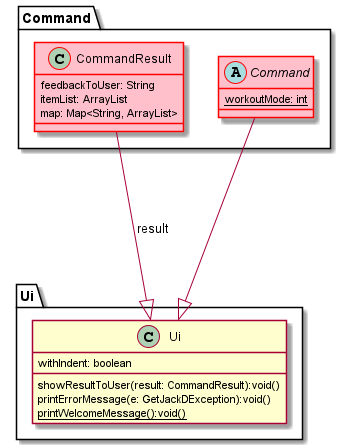
Before: docs/umldg/UI.png, a diagram exported from PlantUML (nus-cs2113-AY2122S1/tp). Source of this version:
```plantuml
@startuml

together {
package "Command" {
class CommandResult #pink ##red {
feedbackToUser: String
itemList: ArrayList
map: Map<String, ArrayList>
}
abstract class Command #pink ##red {
workoutMode: int {static}
}
}
}

package "Ui" {
class Ui {
withIndent: boolean
showResultToUser(result: CommandResult):void()
printErrorMessage(e: GetJackDException):void()
printWelcomeMessage():void() {static}
}
}

CommandResult   ---|>    Ui: result
Command ---|> Ui

@enduml
```
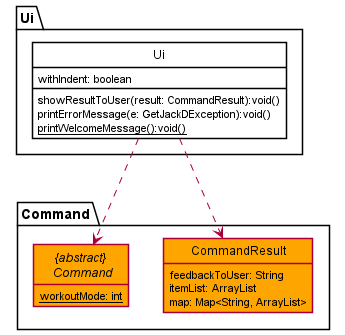
The same file after the commit.

Change to the diagram source:
```diff
@@ -1,20 +1,24 @@
 @startuml
+skinparam classAttributeIconSize 0
+skinparam shadowing false
+hide circle
+hide empty members
 
 together {
 package "Command" {
-class CommandResult #pink ##red {
+class CommandResult #Orange {
 feedbackToUser: String
 itemList: ArrayList
 map: Map<String, ArrayList>
 }
-abstract class Command #pink ##red {
+abstract class "{abstract} \n Command" as Command #Orange {
 workoutMode: int {static}
 }
 }
 }
 
 package "Ui" {
-class Ui {
+class Ui #White ##Black {
 withIndent: boolean
 showResultToUser(result: CommandResult):void()
 printErrorMessage(e: GetJackDException):void()
@@ -22,7 +26,6 @@
 }
 }
 
-CommandResult   ---|>    Ui: result
-Command ---|> Ui
-
+Ui ..> CommandResult
+Ui ..> Command
 @enduml
```
